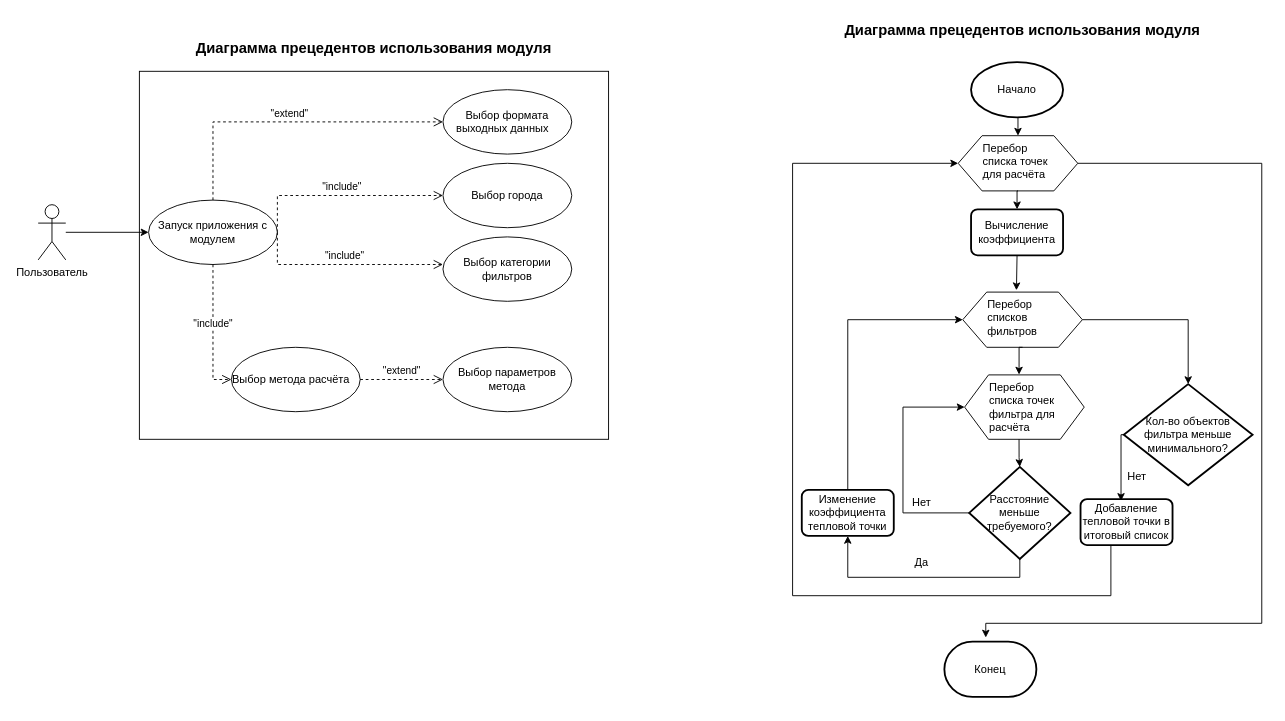
Above: Диаграмма прецедентов.drawio in KirMaid/OsmApiClient (draw.io), before the change. Source tidied: cells renumbered, new cells numbered last; positions are measured from the earlier drawing's top-left corner, leaving out a move shared by most shapes. Both pictures are drawn from the tidied source at 92%, with x=0, y=0 at pixel (38, 16).
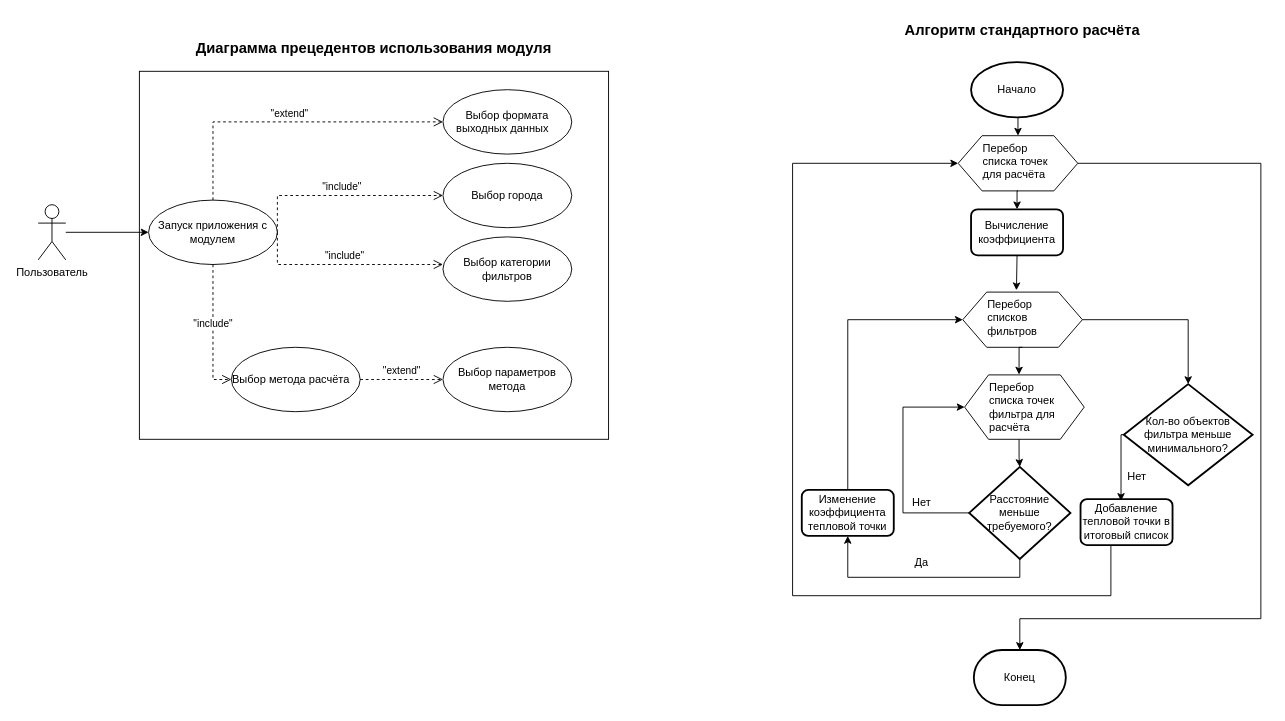
The same diagram, later.

The change refers to these unchanged cells:
```xml
<mxCell id="34" style="verticalLabelPosition=bottom;verticalAlign=top;html=1;shape=hexagon;perimeter=hexagonPerimeter2;arcSize=6;size=0.2;" parent="33" vertex="1">
  <mxGeometry width="130" height="60" as="geometry" />
</mxCell>
```

What changed in the source:
```diff
@@
     <mxCell id="46" value="Конец" style="strokeWidth=2;html=1;shape=mxgraph.flowchart.terminator;whiteSpace=wrap;" parent="1" vertex="1">
-      <mxGeometry x="985" y="680" width="100" height="60" as="geometry" />
+      <mxGeometry x="1017" y="689" width="100" height="60" as="geometry" />
     </mxCell>
+    <mxCell id="48" value="&lt;span style=&quot;font-size: 16px;&quot;&gt;&lt;b&gt;Алгоритм стандартного расчёта&lt;/b&gt;&lt;/span&gt;" style="text;html=1;strokeColor=none;fillColor=none;align=center;verticalAlign=middle;whiteSpace=wrap;rounded=0;" parent="1" vertex="1">
+      <mxGeometry x="815" width="510" height="30" as="geometry" />
+    </mxCell>
-    <mxCell id="47" style="edgeStyle=orthogonalEdgeStyle;rounded=0;jettySize=auto;html=1;exitX=1;exitY=0.5;exitDx=0;exitDy=0;entryX=0.45;entryY=-0.075;entryDx=0;entryDy=0;entryPerimeter=0;" parent="1" edge="1" source="34" target="46">
+    <mxCell id="47" style="edgeStyle=orthogonalEdgeStyle;rounded=0;jettySize=auto;html=1;exitX=1;exitY=0.5;exitDx=0;exitDy=0;entryX=0.5;entryY=0;entryDx=0;entryDy=0;entryPerimeter=0;" parent="1" edge="1" source="34" target="46">
       <mxGeometry relative="1" as="geometry">
         <Array as="points">
-          <mxPoint x="1330" y="160" />
-          <mxPoint x="1330" y="660" />
-          <mxPoint x="1030" y="660" />
+          <mxPoint x="1329" y="160" />
+          <mxPoint x="1329" y="655" />
+          <mxPoint x="1067" y="655" />
         </Array>
       </mxGeometry>
     </mxCell>
-    <mxCell id="48" value="&lt;font style=&quot;font-size: 16px;&quot;&gt;&lt;b&gt;Диаграмма прецедентов использования модуля&lt;/b&gt;&lt;/font&gt;" style="text;html=1;strokeColor=none;fillColor=none;align=center;verticalAlign=middle;whiteSpace=wrap;rounded=0;" parent="1" vertex="1">
-      <mxGeometry x="815" width="510" height="30" as="geometry" />
-    </mxCell>
```
